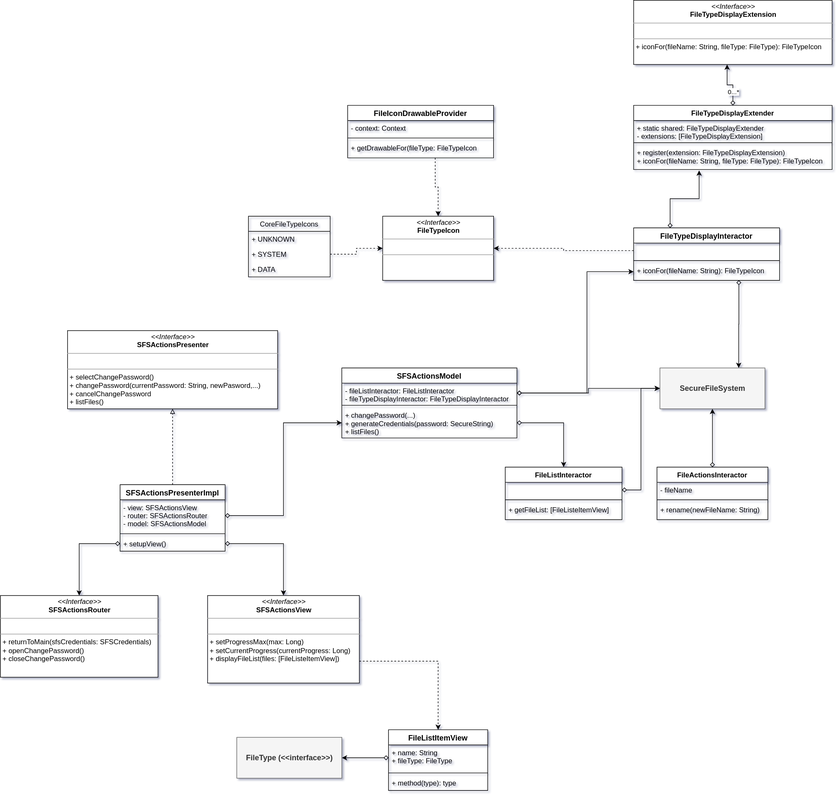
Before: documentation/resource/SFS-File Explorer Participants.svg, a diagram exported from draw.io (kevinvandenbreemen/android-file-vault). Source tidied: cells renumbered, new cells last; positions are measured from the earlier drawing's top-left corner, leaving out a move shared by most shapes.
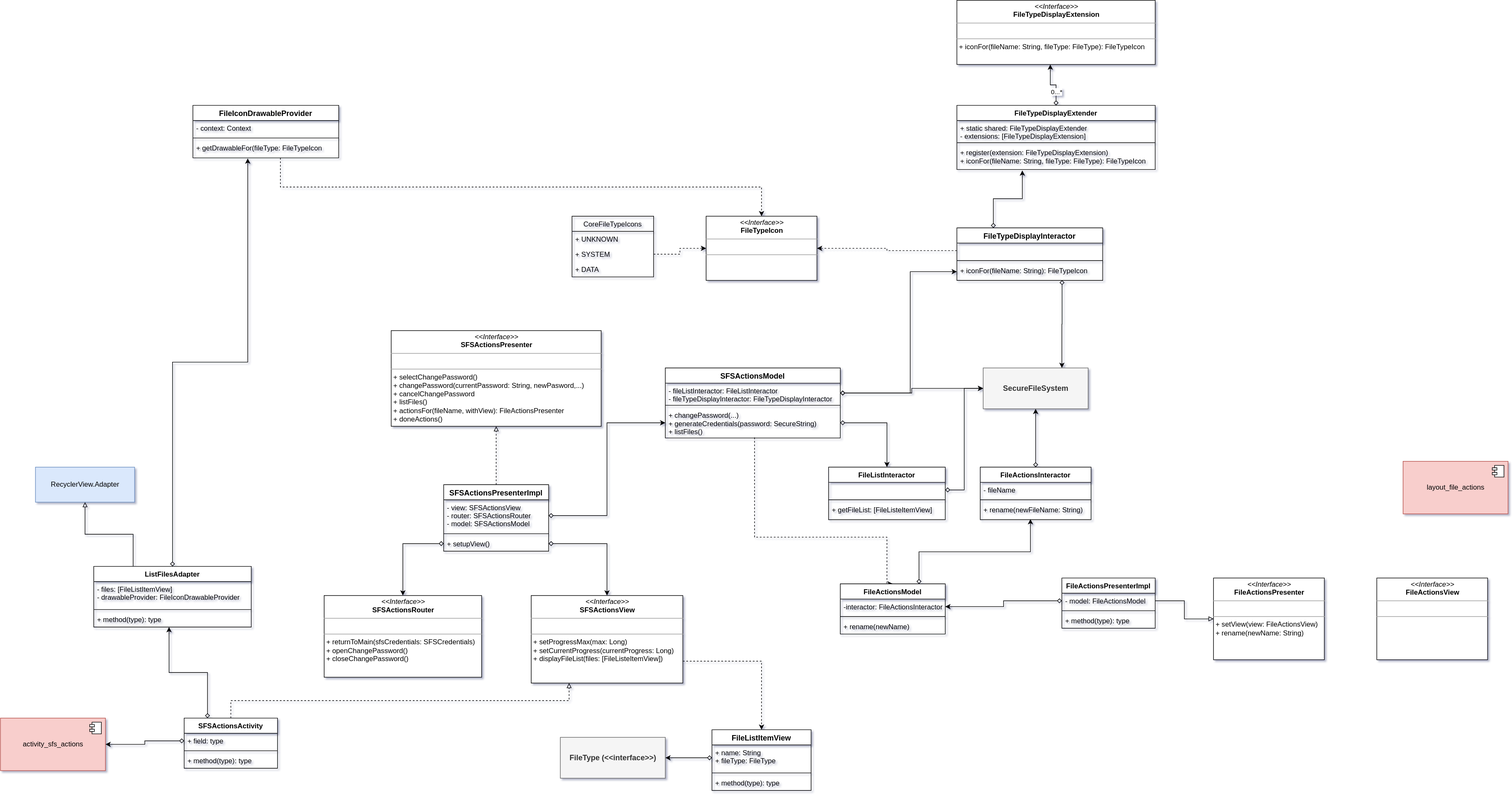
Later version of the same file.

The edit, as a diff of the source:
```diff
@@ -23,8 +23,8 @@
     <mxCell id="8" value="&lt;p style=&quot;margin: 0px ; margin-top: 4px ; text-align: center&quot;&gt;&lt;i&gt;&amp;lt;&amp;lt;Interface&amp;gt;&amp;gt;&lt;/i&gt;&lt;br&gt;&lt;b&gt;SFSActionsRouter&lt;/b&gt;&lt;/p&gt;&lt;hr size=&quot;1&quot;&gt;&lt;p style=&quot;margin: 0px ; margin-left: 4px&quot;&gt;&lt;br&gt;&lt;/p&gt;&lt;hr size=&quot;1&quot;&gt;&lt;p style=&quot;margin: 0px ; margin-left: 4px&quot;&gt;+ returnToMain(sfsCredentials: SFSCredentials)&lt;/p&gt;&lt;p style=&quot;margin: 0px ; margin-left: 4px&quot;&gt;+ openChangePassword()&lt;/p&gt;&lt;p style=&quot;margin: 0px ; margin-left: 4px&quot;&gt;+ closeChangePassword()&lt;/p&gt;" style="verticalAlign=top;align=left;overflow=fill;fontSize=12;fontFamily=Helvetica;html=1;" parent="1" vertex="1">
       <mxGeometry y="1020" width="270" height="140" as="geometry" />
     </mxCell>
-    <mxCell id="9" value="&lt;p style=&quot;margin: 0px ; margin-top: 4px ; text-align: center&quot;&gt;&lt;i&gt;&amp;lt;&amp;lt;Interface&amp;gt;&amp;gt;&lt;/i&gt;&lt;br&gt;&lt;b&gt;SFSActionsPresenter&lt;/b&gt;&lt;/p&gt;&lt;hr size=&quot;1&quot;&gt;&lt;p style=&quot;margin: 0px ; margin-left: 4px&quot;&gt;&lt;br&gt;&lt;/p&gt;&lt;hr size=&quot;1&quot;&gt;&lt;p style=&quot;margin: 0px ; margin-left: 4px&quot;&gt;+ selectChangePassword()&lt;/p&gt;&lt;p style=&quot;margin: 0px ; margin-left: 4px&quot;&gt;+ changePassword(currentPassword: String, newPasword,...)&lt;/p&gt;&lt;p style=&quot;margin: 0px ; margin-left: 4px&quot;&gt;+ cancelChangePassword&lt;/p&gt;&lt;p style=&quot;margin: 0px ; margin-left: 4px&quot;&gt;+ listFiles()&lt;/p&gt;" style="verticalAlign=top;align=left;overflow=fill;fontSize=12;fontFamily=Helvetica;html=1;" parent="1" vertex="1">
-      <mxGeometry x="115" y="566" width="360" height="134" as="geometry" />
+    <mxCell id="9" value="&lt;p style=&quot;margin: 0px ; margin-top: 4px ; text-align: center&quot;&gt;&lt;i&gt;&amp;lt;&amp;lt;Interface&amp;gt;&amp;gt;&lt;/i&gt;&lt;br&gt;&lt;b&gt;SFSActionsPresenter&lt;/b&gt;&lt;/p&gt;&lt;hr size=&quot;1&quot;&gt;&lt;p style=&quot;margin: 0px ; margin-left: 4px&quot;&gt;&lt;br&gt;&lt;/p&gt;&lt;hr size=&quot;1&quot;&gt;&lt;p style=&quot;margin: 0px ; margin-left: 4px&quot;&gt;+ selectChangePassword()&lt;/p&gt;&lt;p style=&quot;margin: 0px ; margin-left: 4px&quot;&gt;+ changePassword(currentPassword: String, newPasword,...)&lt;/p&gt;&lt;p style=&quot;margin: 0px ; margin-left: 4px&quot;&gt;+ cancelChangePassword&lt;/p&gt;&lt;p style=&quot;margin: 0px ; margin-left: 4px&quot;&gt;+ listFiles()&lt;/p&gt;&lt;p style=&quot;margin: 0px ; margin-left: 4px&quot;&gt;+ actionsFor(fileName, withView): FileActionsPresenter&lt;/p&gt;&lt;p style=&quot;margin: 0px ; margin-left: 4px&quot;&gt;+ doneActions()&lt;/p&gt;" style="verticalAlign=top;align=left;overflow=fill;fontSize=12;fontFamily=Helvetica;html=1;" parent="1" vertex="1">
+      <mxGeometry x="115" y="566" width="360" height="164" as="geometry" />
     </mxCell>
     <mxCell id="10" value="FileListItemView" style="swimlane;fontStyle=1;align=center;verticalAlign=top;horizontal=1;startSize=26;fontSize=13;" parent="1" vertex="1">
       <mxGeometry x="665" y="1250" width="170" height="104" as="geometry" />
@@ -104,18 +104,6 @@
     <mxCell id="35" style="edgeStyle=orthogonalEdgeStyle;rounded=0;jettySize=auto;html=1;exitX=0.6;exitY=1;exitDx=0;exitDy=0;dashed=1;startArrow=none;startFill=0;endArrow=classic;endFill=1;fontSize=13;exitPerimeter=0;" parent="1" edge="1" source="39" target="33">
       <mxGeometry relative="1" as="geometry" />
     </mxCell>
-    <mxCell id="36" value="FileIconDrawableProvider" style="swimlane;fontStyle=1;align=center;verticalAlign=top;horizontal=1;startSize=26;fontSize=13;" parent="1" vertex="1">
-      <mxGeometry x="595" y="180" width="250" height="90" as="geometry" />
-    </mxCell>
-    <mxCell id="37" value="- context: Context" style="text;strokeColor=none;fillColor=none;align=left;verticalAlign=top;spacingLeft=4;spacingRight=4;overflow=hidden;" parent="36" vertex="1">
-      <mxGeometry y="26" width="250" height="26" as="geometry" />
-    </mxCell>
-    <mxCell id="38" style="line;strokeWidth=1;fillColor=none;align=left;verticalAlign=middle;spacingTop=-1;spacingLeft=3;spacingRight=3;labelPosition=right;" parent="36" vertex="1">
-      <mxGeometry y="52" width="250" height="8" as="geometry" />
-    </mxCell>
-    <mxCell id="39" value="+ getDrawableFor(fileType: FileTypeIcon" style="text;strokeColor=none;fillColor=none;align=left;verticalAlign=top;spacingLeft=4;spacingRight=4;overflow=hidden;points=[[0,0.5],[1,0.5]];portConstraint=eastwest;" parent="36" vertex="1">
-      <mxGeometry y="60" width="250" height="30" as="geometry" />
-    </mxCell>
     <mxCell id="40" style="edgeStyle=orthogonalEdgeStyle;rounded=0;jettySize=auto;html=1;exitX=0.721;exitY=0.987;exitDx=0;exitDy=0;entryX=0.75;entryY=0;entryDx=0;entryDy=0;startArrow=diamond;startFill=0;endArrow=classic;endFill=1;fontSize=13;exitPerimeter=0;" parent="1" edge="1" source="45" target="3">
       <mxGeometry relative="1" as="geometry" />
     </mxCell>
@@ -195,5 +183,122 @@
     <mxCell id="62" value="+ register(extension: FileTypeDisplayExtension)&#10;+ iconFor(fileName: String, fileType: FileType): FileTypeIcon" style="text;strokeColor=none;fillColor=none;align=left;verticalAlign=top;spacingLeft=4;spacingRight=4;overflow=hidden;points=[[0,0.5],[1,0.5]];portConstraint=eastwest;" parent="59" vertex="1">
       <mxGeometry y="68" width="340" height="42" as="geometry" />
     </mxCell>
+    <mxCell id="63" style="edgeStyle=orthogonalEdgeStyle;rounded=0;jettySize=auto;html=1;exitX=0.51;exitY=0.981;exitDx=0;exitDy=0;exitPerimeter=0;entryX=0.5;entryY=0;entryDx=0;entryDy=0;dashed=1;" parent="1" edge="1" source="50" target="65">
+      <mxGeometry relative="1" as="geometry">
+        <Array as="points">
+          <mxPoint x="738" y="920" />
+          <mxPoint x="965" y="920" />
+        </Array>
+      </mxGeometry>
+    </mxCell>
+    <mxCell id="64" style="edgeStyle=orthogonalEdgeStyle;rounded=0;jettySize=auto;html=1;exitX=0.75;exitY=0;exitDx=0;exitDy=0;entryX=0.453;entryY=0.967;entryDx=0;entryDy=0;entryPerimeter=0;startArrow=diamond;startFill=0;" parent="1" edge="1" source="65" target="17">
+      <mxGeometry relative="1" as="geometry" />
+    </mxCell>
+    <mxCell id="65" value="FileActionsModel" style="swimlane;fontStyle=1;align=center;verticalAlign=top;horizontal=1;startSize=26;" parent="1" vertex="1">
+      <mxGeometry x="885" y="1000" width="180" height="86" as="geometry" />
+    </mxCell>
+    <mxCell id="66" value="-interactor: FileActionsInteractor" style="text;strokeColor=none;fillColor=none;align=left;verticalAlign=top;spacingLeft=4;spacingRight=4;overflow=hidden;points=[[0,0.5],[1,0.5]];portConstraint=eastwest;" parent="65" vertex="1">
+      <mxGeometry y="26" width="180" height="26" as="geometry" />
+    </mxCell>
+    <mxCell id="67" style="line;strokeWidth=1;fillColor=none;align=left;verticalAlign=middle;spacingTop=-1;spacingLeft=3;spacingRight=3;labelPosition=right;" parent="65" vertex="1">
+      <mxGeometry y="52" width="180" height="8" as="geometry" />
+    </mxCell>
+    <mxCell id="68" value="+ rename(newName)" style="text;strokeColor=none;fillColor=none;align=left;verticalAlign=top;spacingLeft=4;spacingRight=4;overflow=hidden;" parent="65" vertex="1">
+      <mxGeometry y="60" width="180" height="26" as="geometry" />
+    </mxCell>
+    <mxCell id="69" value="&lt;p style=&quot;margin: 0px ; margin-top: 4px ; text-align: center&quot;&gt;&lt;i&gt;&amp;lt;&amp;lt;Interface&amp;gt;&amp;gt;&lt;/i&gt;&lt;br&gt;&lt;b&gt;FileActionsPresenter&lt;/b&gt;&lt;/p&gt;&lt;hr size=&quot;1&quot;&gt;&lt;p style=&quot;margin: 0px ; margin-left: 4px&quot;&gt;&lt;br&gt;&lt;/p&gt;&lt;hr size=&quot;1&quot;&gt;&lt;p style=&quot;margin: 0px ; margin-left: 4px&quot;&gt;+ setView(view: FileActionsView)&lt;/p&gt;&lt;p style=&quot;margin: 0px ; margin-left: 4px&quot;&gt;+ rename(newName: String)&lt;/p&gt;" style="verticalAlign=top;align=left;overflow=fill;fontSize=12;fontFamily=Helvetica;html=1;" parent="1" vertex="1">
+      <mxGeometry x="1525" y="990" width="190" height="140" as="geometry" />
+    </mxCell>
+    <mxCell id="70" value="&lt;p style=&quot;margin: 0px ; margin-top: 4px ; text-align: center&quot;&gt;&lt;i&gt;&amp;lt;&amp;lt;Interface&amp;gt;&amp;gt;&lt;/i&gt;&lt;br&gt;&lt;b&gt;FileActionsView&lt;/b&gt;&lt;/p&gt;&lt;hr size=&quot;1&quot;&gt;&lt;p style=&quot;margin: 0px ; margin-left: 4px&quot;&gt;&lt;br&gt;&lt;/p&gt;&lt;hr size=&quot;1&quot;&gt;&lt;p style=&quot;margin: 0px ; margin-left: 4px&quot;&gt;&lt;br&gt;&lt;/p&gt;" style="verticalAlign=top;align=left;overflow=fill;fontSize=12;fontFamily=Helvetica;html=1;" parent="1" vertex="1">
+      <mxGeometry x="1805" y="990" width="190" height="140" as="geometry" />
+    </mxCell>
+    <mxCell id="71" value="FileActionsPresenterImpl" style="swimlane;fontStyle=1;align=center;verticalAlign=top;horizontal=1;startSize=26;" parent="1" vertex="1">
+      <mxGeometry x="1265" y="990" width="160" height="86" as="geometry" />
+    </mxCell>
+    <mxCell id="72" value="- model: FileActionsModel" style="text;strokeColor=none;fillColor=none;align=left;verticalAlign=top;spacingLeft=4;spacingRight=4;overflow=hidden;points=[[0,0.5],[1,0.5]];portConstraint=eastwest;" parent="71" vertex="1">
+      <mxGeometry y="26" width="160" height="26" as="geometry" />
+    </mxCell>
+    <mxCell id="73" style="line;strokeWidth=1;fillColor=none;align=left;verticalAlign=middle;spacingTop=-1;spacingLeft=3;spacingRight=3;labelPosition=right;" parent="71" vertex="1">
+      <mxGeometry y="52" width="160" height="8" as="geometry" />
+    </mxCell>
+    <mxCell id="74" value="+ method(type): type" style="text;strokeColor=none;fillColor=none;align=left;verticalAlign=top;spacingLeft=4;spacingRight=4;overflow=hidden;" parent="71" vertex="1">
+      <mxGeometry y="60" width="160" height="26" as="geometry" />
+    </mxCell>
+    <mxCell id="75" style="edgeStyle=orthogonalEdgeStyle;rounded=0;jettySize=auto;html=1;exitX=1;exitY=0.5;exitDx=0;exitDy=0;entryX=0;entryY=0.5;entryDx=0;entryDy=0;startArrow=none;startFill=0;endArrow=block;endFill=0;" parent="1" edge="1" source="72" target="69">
+      <mxGeometry relative="1" as="geometry" />
+    </mxCell>
+    <mxCell id="76" style="edgeStyle=orthogonalEdgeStyle;rounded=0;jettySize=auto;html=1;exitX=0;exitY=0.5;exitDx=0;exitDy=0;entryX=1;entryY=0.5;entryDx=0;entryDy=0;startArrow=diamond;startFill=0;endArrow=classic;endFill=1;" parent="1" edge="1" source="72" target="66">
+      <mxGeometry relative="1" as="geometry" />
+    </mxCell>
+    <mxCell id="77" value="layout_file_actions" style="html=1;fillColor=#f8cecc;strokeColor=#b85450;" parent="1" vertex="1">
+      <mxGeometry x="1850" y="790" width="180" height="90" as="geometry" />
+    </mxCell>
+    <mxCell id="78" style="shape=component;jettyWidth=8;jettyHeight=4;" parent="77" vertex="1">
+      <mxGeometry x="1" width="20" height="20" relative="1" as="geometry">
+        <mxPoint x="-27" y="7" as="offset" />
+      </mxGeometry>
+    </mxCell>
+    <mxCell id="79" style="edgeStyle=orthogonalEdgeStyle;rounded=0;jettySize=auto;html=1;exitX=0.5;exitY=0;exitDx=0;exitDy=0;entryX=0.25;entryY=1;entryDx=0;entryDy=0;startArrow=none;startFill=0;endArrow=block;endFill=0;dashed=1;" parent="1" edge="1" source="86" target="7">
+      <mxGeometry relative="1" as="geometry" />
+    </mxCell>
+    <mxCell id="80" value="activity_sfs_actions" style="html=1;fillColor=#f8cecc;strokeColor=#b85450;" parent="1" vertex="1">
+      <mxGeometry x="-555" y="1230" width="180" height="90" as="geometry" />
+    </mxCell>
+    <mxCell id="81" style="shape=component;jettyWidth=8;jettyHeight=4;" parent="80" vertex="1">
+      <mxGeometry x="1" width="20" height="20" relative="1" as="geometry">
+        <mxPoint x="-27" y="7" as="offset" />
+      </mxGeometry>
+    </mxCell>
+    <mxCell id="82" style="edgeStyle=orthogonalEdgeStyle;rounded=0;jettySize=auto;html=1;exitX=0;exitY=0.5;exitDx=0;exitDy=0;entryX=1;entryY=0.5;entryDx=0;entryDy=0;startArrow=diamond;startFill=0;endArrow=classic;endFill=1;" parent="1" edge="1" source="87" target="80">
+      <mxGeometry relative="1" as="geometry" />
+    </mxCell>
+    <mxCell id="83" style="edgeStyle=orthogonalEdgeStyle;rounded=0;jettySize=auto;html=1;exitX=0.25;exitY=0;exitDx=0;exitDy=0;entryX=0.5;entryY=1;entryDx=0;entryDy=0;startArrow=none;startFill=0;endArrow=block;endFill=0;" parent="1" edge="1" source="91" target="84">
+      <mxGeometry relative="1" as="geometry" />
+    </mxCell>
+    <mxCell id="84" value="RecyclerView.Adapter" style="html=1;fillColor=#dae8fc;strokeColor=#6c8ebf;" parent="1" vertex="1">
+      <mxGeometry x="-495" y="800" width="170" height="60" as="geometry" />
+    </mxCell>
+    <mxCell id="85" style="edgeStyle=orthogonalEdgeStyle;rounded=0;jettySize=auto;html=1;exitX=0.25;exitY=0;exitDx=0;exitDy=0;entryX=0.478;entryY=1;entryDx=0;entryDy=0;entryPerimeter=0;startArrow=diamond;startFill=0;endArrow=classic;endFill=1;" parent="1" edge="1" source="86" target="94">
+      <mxGeometry relative="1" as="geometry" />
+    </mxCell>
+    <mxCell id="86" value="SFSActionsActivity" style="swimlane;fontStyle=1;align=center;verticalAlign=top;horizontal=1;startSize=26;" parent="1" vertex="1">
+      <mxGeometry x="-240" y="1230" width="160" height="86" as="geometry" />
+    </mxCell>
+    <mxCell id="87" value="+ field: type" style="text;strokeColor=none;fillColor=none;align=left;verticalAlign=top;spacingLeft=4;spacingRight=4;overflow=hidden;points=[[0,0.5],[1,0.5]];portConstraint=eastwest;" parent="86" vertex="1">
+      <mxGeometry y="26" width="160" height="26" as="geometry" />
+    </mxCell>
+    <mxCell id="88" style="line;strokeWidth=1;fillColor=none;align=left;verticalAlign=middle;spacingTop=-1;spacingLeft=3;spacingRight=3;labelPosition=right;" parent="86" vertex="1">
+      <mxGeometry y="52" width="160" height="8" as="geometry" />
+    </mxCell>
+    <mxCell id="89" value="+ method(type): type" style="text;strokeColor=none;fillColor=none;align=left;verticalAlign=top;spacingLeft=4;spacingRight=4;overflow=hidden;" parent="86" vertex="1">
+      <mxGeometry y="60" width="160" height="26" as="geometry" />
+    </mxCell>
+    <mxCell id="90" style="edgeStyle=orthogonalEdgeStyle;rounded=0;jettySize=auto;html=1;exitX=0.5;exitY=0;exitDx=0;exitDy=0;entryX=0.376;entryY=1.033;entryDx=0;entryDy=0;entryPerimeter=0;startArrow=diamond;startFill=0;endArrow=classic;endFill=1;" parent="1" edge="1" source="91" target="39">
+      <mxGeometry relative="1" as="geometry" />
+    </mxCell>
+    <mxCell id="91" value="ListFilesAdapter" style="swimlane;fontStyle=1;align=center;verticalAlign=top;horizontal=1;startSize=26;" parent="1" vertex="1">
+      <mxGeometry x="-395" y="970" width="270" height="104" as="geometry" />
+    </mxCell>
+    <mxCell id="92" value="- files: [FileListItemView]&#10;- drawableProvider: FileIconDrawableProvider" style="text;strokeColor=none;fillColor=none;align=left;verticalAlign=top;spacingLeft=4;spacingRight=4;overflow=hidden;" parent="91" vertex="1">
+      <mxGeometry y="26" width="270" height="44" as="geometry" />
+    </mxCell>
+    <mxCell id="93" style="line;strokeWidth=1;fillColor=none;align=left;verticalAlign=middle;spacingTop=-1;spacingLeft=3;spacingRight=3;labelPosition=right;" parent="91" vertex="1">
+      <mxGeometry y="70" width="270" height="8" as="geometry" />
+    </mxCell>
+    <mxCell id="94" value="+ method(type): type" style="text;strokeColor=none;fillColor=none;align=left;verticalAlign=top;spacingLeft=4;spacingRight=4;overflow=hidden;points=[[0,0.5],[1,0.5]];portConstraint=eastwest;" parent="91" vertex="1">
+      <mxGeometry y="78" width="270" height="26" as="geometry" />
+    </mxCell>
+    <mxCell id="36" value="FileIconDrawableProvider" style="swimlane;fontStyle=1;align=center;verticalAlign=top;horizontal=1;startSize=26;fontSize=13;" parent="1" vertex="1">
+      <mxGeometry x="-225" y="180" width="250" height="90" as="geometry" />
+    </mxCell>
+    <mxCell id="37" value="- context: Context" style="text;strokeColor=none;fillColor=none;align=left;verticalAlign=top;spacingLeft=4;spacingRight=4;overflow=hidden;" parent="36" vertex="1">
+      <mxGeometry y="26" width="250" height="26" as="geometry" />
+    </mxCell>
+    <mxCell id="38" style="line;strokeWidth=1;fillColor=none;align=left;verticalAlign=middle;spacingTop=-1;spacingLeft=3;spacingRight=3;labelPosition=right;" parent="36" vertex="1">
+      <mxGeometry y="52" width="250" height="8" as="geometry" />
+    </mxCell>
+    <mxCell id="39" value="+ getDrawableFor(fileType: FileTypeIcon" style="text;strokeColor=none;fillColor=none;align=left;verticalAlign=top;spacingLeft=4;spacingRight=4;overflow=hidden;points=[[0,0.5],[1,0.5]];portConstraint=eastwest;" parent="36" vertex="1">
+      <mxGeometry y="60" width="250" height="30" as="geometry" />
+    </mxCell>
   </root>
 </mxGraphModel>
```
